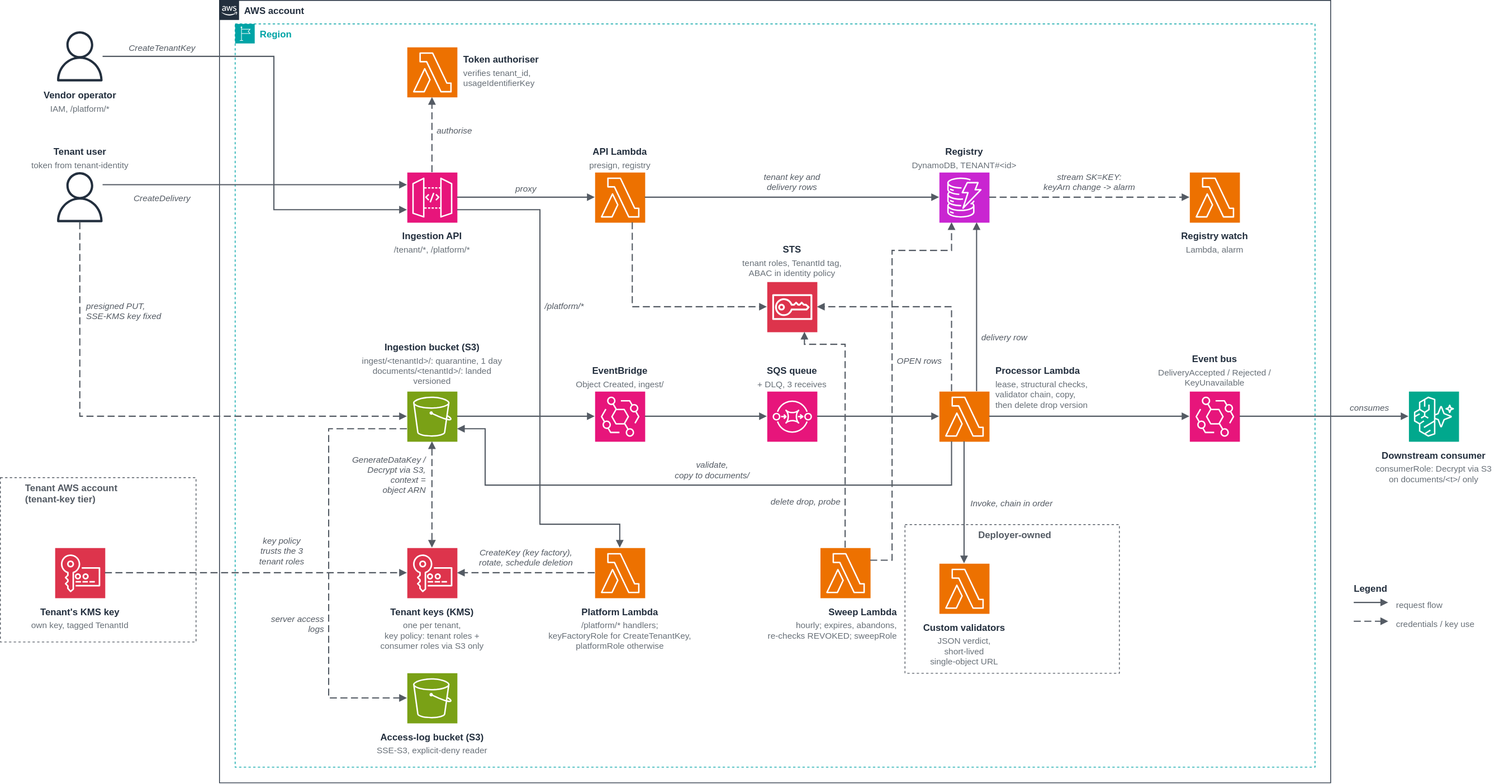
Above: samples/tenant-encrypted-ingestion/diagrams/tenant-encrypted-ingestion.drawio.svg in aws-samples/sample-agentic-ai-acceleration-patterns (draw.io), before the change. Source tidied: cells renumbered, new cells last; positions are measured from the earlier drawing's top-left corner, leaving out a move shared by most shapes.
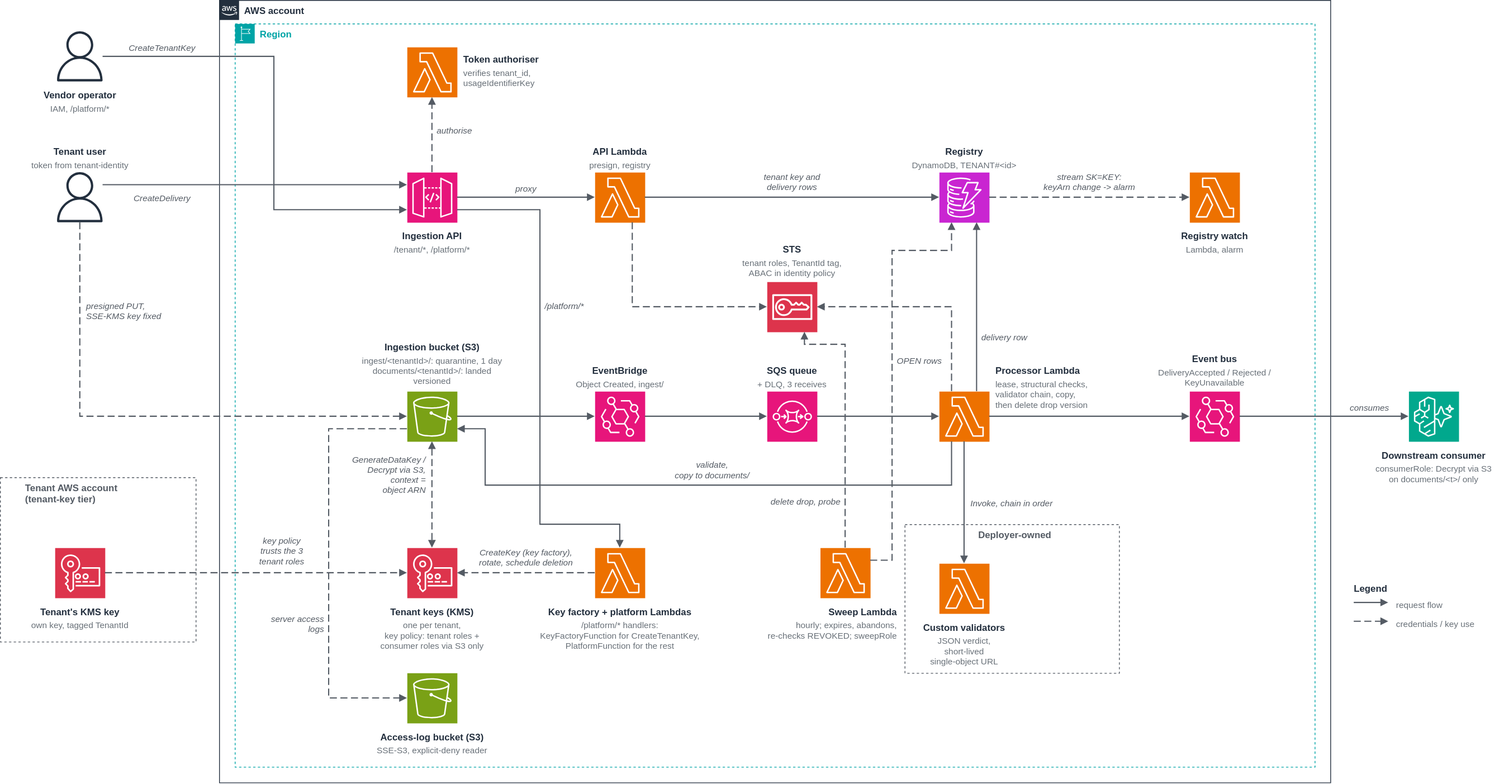
After the commit.

Commit message:
tenant-encrypted-ingestion: threat model and spec restated to the implemented state; scans dispositioned per rule; deploy and destroy timings; diagram names both platform functions

Diff of the diagram source:
```diff
@@ -170,11 +170,11 @@
     <mxCell id="57" value="one per tenant,&#10;key policy: tenant roles +&#10;consumer roles via S3 only" style="text;html=0;align=center;verticalAlign=top;fontSize=11;fontStyle=0;fontColor=#687078;spacing=0;spacingTop=0;" parent="1" vertex="1">
       <mxGeometry x="469.5" y="788" width="165" height="46" as="geometry" />
     </mxCell>
-    <mxCell id="58" value="Platform Lambda" style="text;html=0;align=center;verticalAlign=top;fontSize=12;fontStyle=1;fontColor=#232F3E;spacing=0;spacingTop=0;" parent="1" vertex="1">
-      <mxGeometry x="682" y="770" width="220" height="18" as="geometry" />
+    <mxCell id="58" value="Key factory + platform Lambdas" style="text;html=0;align=center;verticalAlign=top;fontSize=12;fontStyle=1;fontColor=#232F3E;spacing=0;spacingTop=0;" parent="1" vertex="1">
+      <mxGeometry x="669.5" y="770" width="245" height="18" as="geometry" />
     </mxCell>
-    <mxCell id="59" value="/platform/* handlers;&#10;keyFactoryRole for CreateTenantKey,&#10;platformRole otherwise" style="text;html=0;align=center;verticalAlign=top;fontSize=11;fontStyle=0;fontColor=#687078;spacing=0;spacingTop=0;" parent="1" vertex="1">
-      <mxGeometry x="682" y="788" width="220" height="46" as="geometry" />
+    <mxCell id="59" value="/platform/* handlers:&#10;KeyFactoryFunction for CreateTenantKey,&#10;PlatformFunction for the rest" style="text;html=0;align=center;verticalAlign=top;fontSize=11;fontStyle=0;fontColor=#687078;spacing=0;spacingTop=0;" parent="1" vertex="1">
+      <mxGeometry x="669.5" y="788" width="245" height="46" as="geometry" />
     </mxCell>
     <mxCell id="60" value="Sweep Lambda" style="text;html=0;align=right;verticalAlign=top;fontSize=12;fontStyle=1;fontColor=#232F3E;spacing=0;spacingTop=0;" parent="1" vertex="1">
       <mxGeometry x="969" y="770" width="177" height="18" as="geometry" />
```
